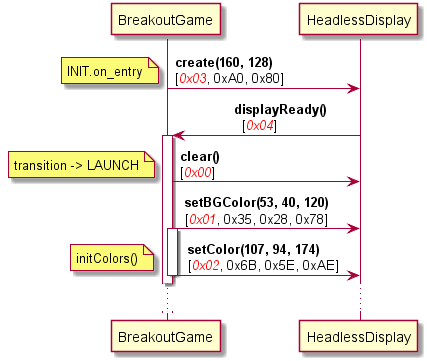
This is docs/serialization.png from SINTEF-9012/thingml-diversifier, a PlantUML export, as it was before one commit. Its source is kept beside it as src/main/resources/figures/serialization.plantuml.
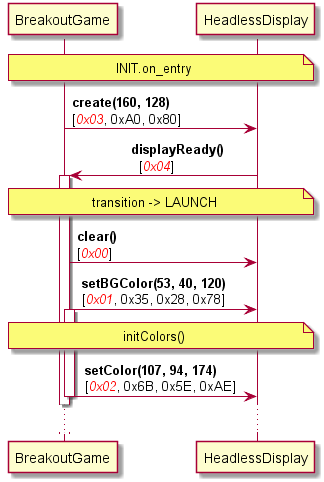
The same diagram one commit later.

Diff of the diagram source:
```diff
@@ -1,14 +1,14 @@
 @startuml
+note over BreakoutGame, HeadlessDisplay: INIT.on_entry
 BreakoutGame -> HeadlessDisplay: <b>create(160, 128)</b>\n[<font color="red"><i>0x03</i></font>, 0xA0, 0x80]
-note left : INIT.on_entry
 HeadlessDisplay -> BreakoutGame: <b>           displayReady()</b>\n             [<font color="red"><i>0x04</i></font>]
 activate BreakoutGame
+note over BreakoutGame, HeadlessDisplay: transition -> LAUNCH
 BreakoutGame -> HeadlessDisplay: <b>clear()</b>\n[<font color="red"><i>0x00</i></font>]
-note left : transition -> LAUNCH
 BreakoutGame -> HeadlessDisplay: <b>setBGColor(53, 40, 120)</b>\n[<font color="red"><i>0x01</i></font>, 0x35, 0x28, 0x78]
 activate BreakoutGame
+note over BreakoutGame, HeadlessDisplay: initColors()
 BreakoutGame -> HeadlessDisplay: <b>  setColor(107, 94, 174)</b>\n  [<font color="red"><i>0x02</i></font>, 0x6B, 0x5E, 0xAE]
-note left : initColors()
 deactivate BreakoutGame
 ...
 @enduml
```
